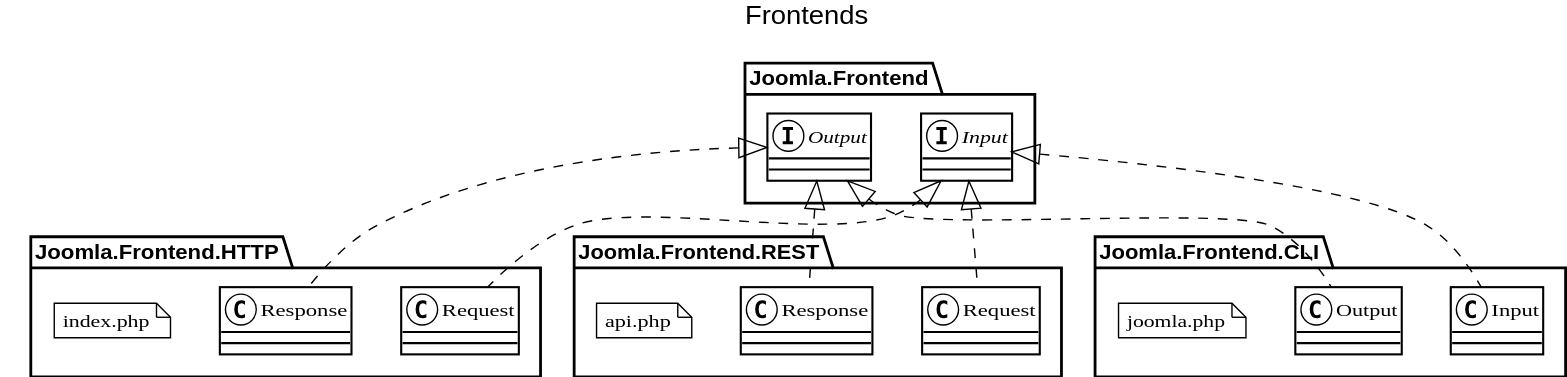
Before: svg/class-frontend.svg, a diagram exported from PlantUML (nibralab/joomla-architecture). Its source is kept beside it as src/class-frontend.puml. The source it was exported from:
```plantuml
@startuml
!include incl/skin.puml

title Frontends
namespace Joomla.Frontend.HTTP {
    class Request implements Joomla.Frontend.Input
    class Response implements Joomla.Frontend.Output
    note "index.php" as FrontControllerHTTP #white
}
namespace Joomla.Frontend.REST {
    class Request implements Joomla.Frontend.Input
    class Response implements Joomla.Frontend.Output
    note "api.php" as FrontControllerREST #white
}
namespace Joomla.Frontend.CLI {
    class Input implements Joomla.Frontend.Input
    class Output implements Joomla.Frontend.Output
    note "joomla.php" as FrontControllerCLI #white
}
@enduml
```
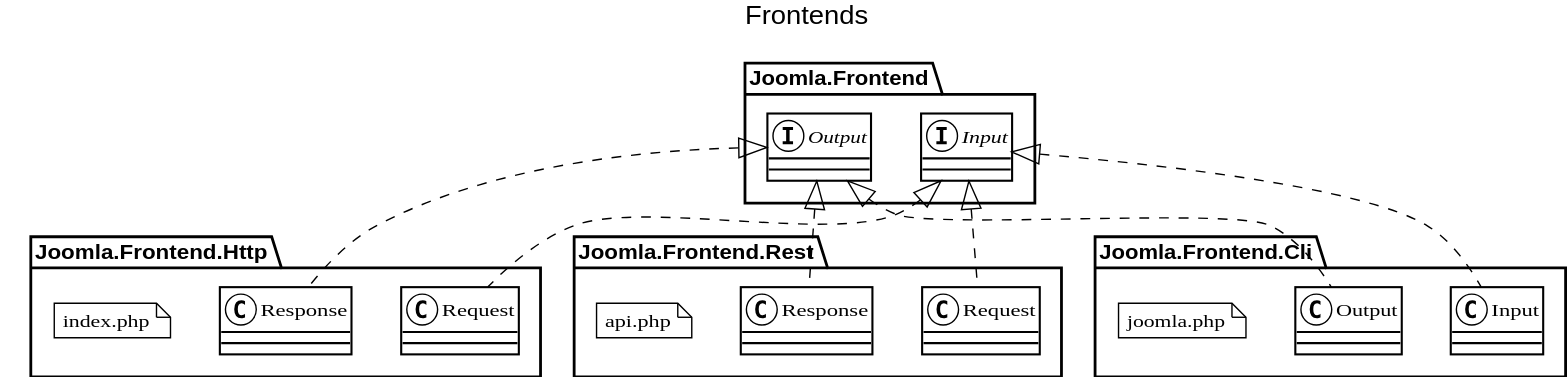
After the change.

The edit, as a diff of the source:
```diff
@@ -2,19 +2,19 @@
 !include incl/skin.puml
 
 title Frontends
-namespace Joomla.Frontend.HTTP {
+namespace Joomla.Frontend.Http {
     class Request implements Joomla.Frontend.Input
     class Response implements Joomla.Frontend.Output
-    note "index.php" as FrontControllerHTTP #white
+    note "index.php" as FrontControllerHttp #white
 }
-namespace Joomla.Frontend.REST {
+namespace Joomla.Frontend.Rest {
     class Request implements Joomla.Frontend.Input
     class Response implements Joomla.Frontend.Output
-    note "api.php" as FrontControllerREST #white
+    note "api.php" as FrontControllerRest #white
 }
-namespace Joomla.Frontend.CLI {
+namespace Joomla.Frontend.Cli {
     class Input implements Joomla.Frontend.Input
     class Output implements Joomla.Frontend.Output
-    note "joomla.php" as FrontControllerCLI #white
+    note "joomla.php" as FrontControllerCli #white
 }
 @enduml
```
